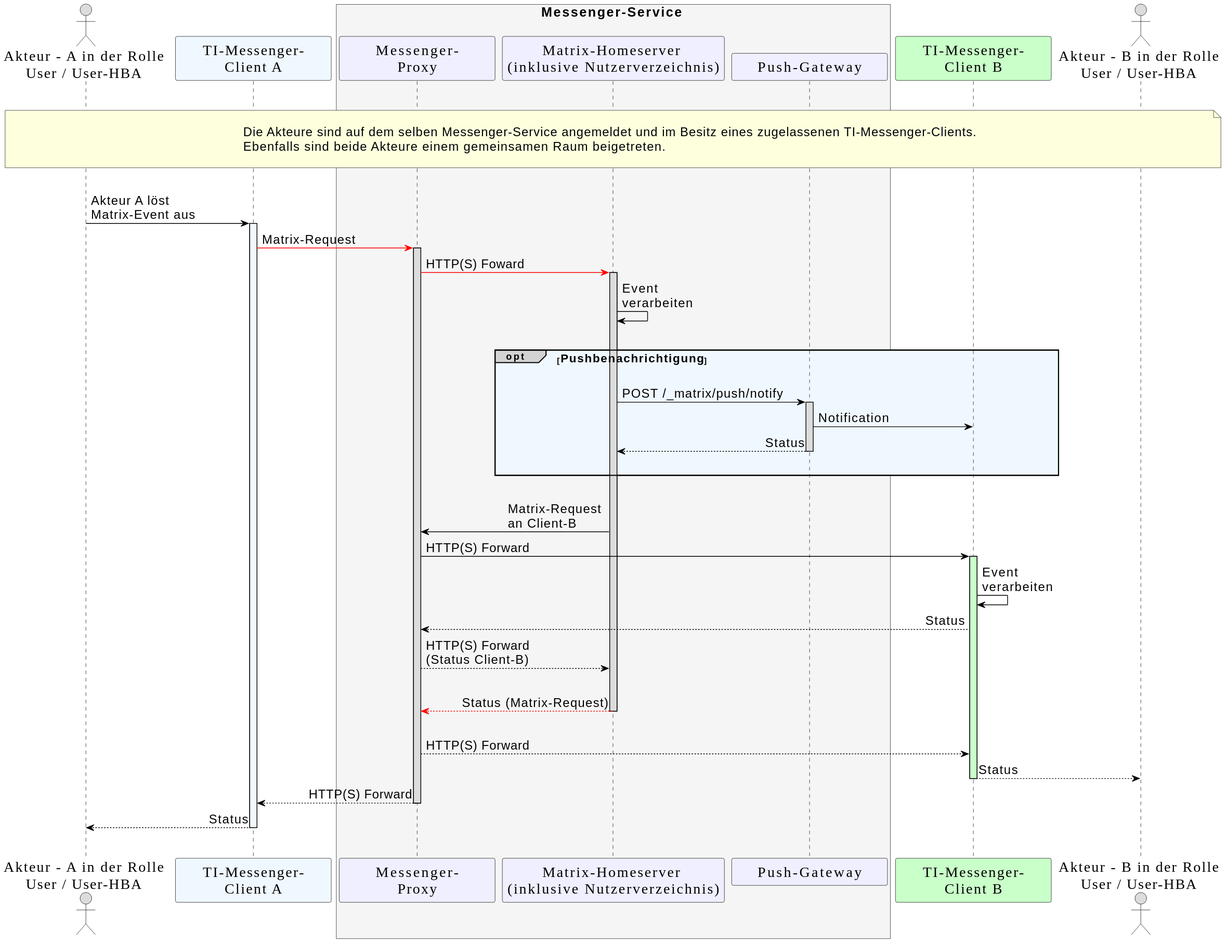
Earlier version of the PlantUML export images/diagrams/TI-Messenger-Dienst/Ressourcen/UC_10063_Seq.svg (gematik/api-ti-messenger). Its diagram source:
```plantuml
@startuml
skinparam sequenceMessageAlign direction
skinparam minClassWidth 200
skinparam BoxPadding 1
skinparam sequenceReferenceHeaderBackgroundColor palegreen
scale max 2048 width

skinparam sequence {
ArrowColor black
ArrowFontSize 17
ActorBorderColor black
LifeLineBorderColor black
LifeLineBackgroundColor Gainsboro

ParticipantBorderColor Motivation
ParticipantBackgroundColor Motivation
ParticipantFontName Impact
ParticipantFontSize 20
ParticipantFontColor black
ParticipantBorderColor Black
ParticipantBackgroundColor MOTIVATION

ActorBackgroundColor Gainsboro
ActorFontColor black
ActorFontSize 20
ActorFontName Aapex
}
    actor U1 as "Akteur - A in der Rolle\nUser / User-HBA"
    participant C1 as "TI-Messenger-\nClient A" #AliceBlue
    box <size:18>Messenger-Service</size> #WhiteSmoke
      participant MP as "Messenger-\nProxy"
      participant MH as "Matrix-Homeserver \n(inklusive Nutzerverzeichnis)"
      participant PG as "Push-Gateway"
    end box
    participant C2 as "TI-Messenger-\nClient B" #TECHNOLOGY
    actor U2 as "Akteur - B in der Rolle\nUser / User-HBA"

|||
note over U1, U2: \n<size:17>Die Akteure sind auf dem selben Messenger-Service angemeldet und im Besitz eines zugelassenen TI-Messenger-Clients.</size>\n<size:17>Ebenfalls sind beide Akteure einem gemeinsamen Raum beigetreten.</size>\n
|||

    U1->C1: Akteur A löst \nMatrix-Event aus
      activate C1 #AliceBlue
    C1-[#red]>MP: Matrix-Request
      activate MP

    MP-[#red]>MH: HTTP(S) Foward
      activate MH
    MH->MH: Event \nverarbeiten

    |||
    opt#LightGrey #AliceBlue <size:16>Pushbenachrichtigung</size>
    |||
    MH->PG: POST /_matrix/push/notify
      activate PG
    PG->C2: Notification
    PG-->MH: Status
      deactivate PG
    |||
    end

    |||
    MH->MP: Matrix-Request \nan Client-B
    MP->C2: HTTP(S) Forward
      activate C2 #TECHNOLOGY
    C2->C2: Event \nverarbeiten
    C2-->MP: Status
    MP-->MH: HTTP(S) Forward \n(Status Client-B)
    |||
    MH-[#red]->MP: Status (Matrix-Request)
      deactivate MH
    |||
    MP-->C2: HTTP(S) Forward
    C2-->U2: Status
      deactivate C2
    MP-->C1: HTTP(S) Forward
      deactivate MP
    C1-->U1: Status
      deactivate C1
|||
@enduml
```
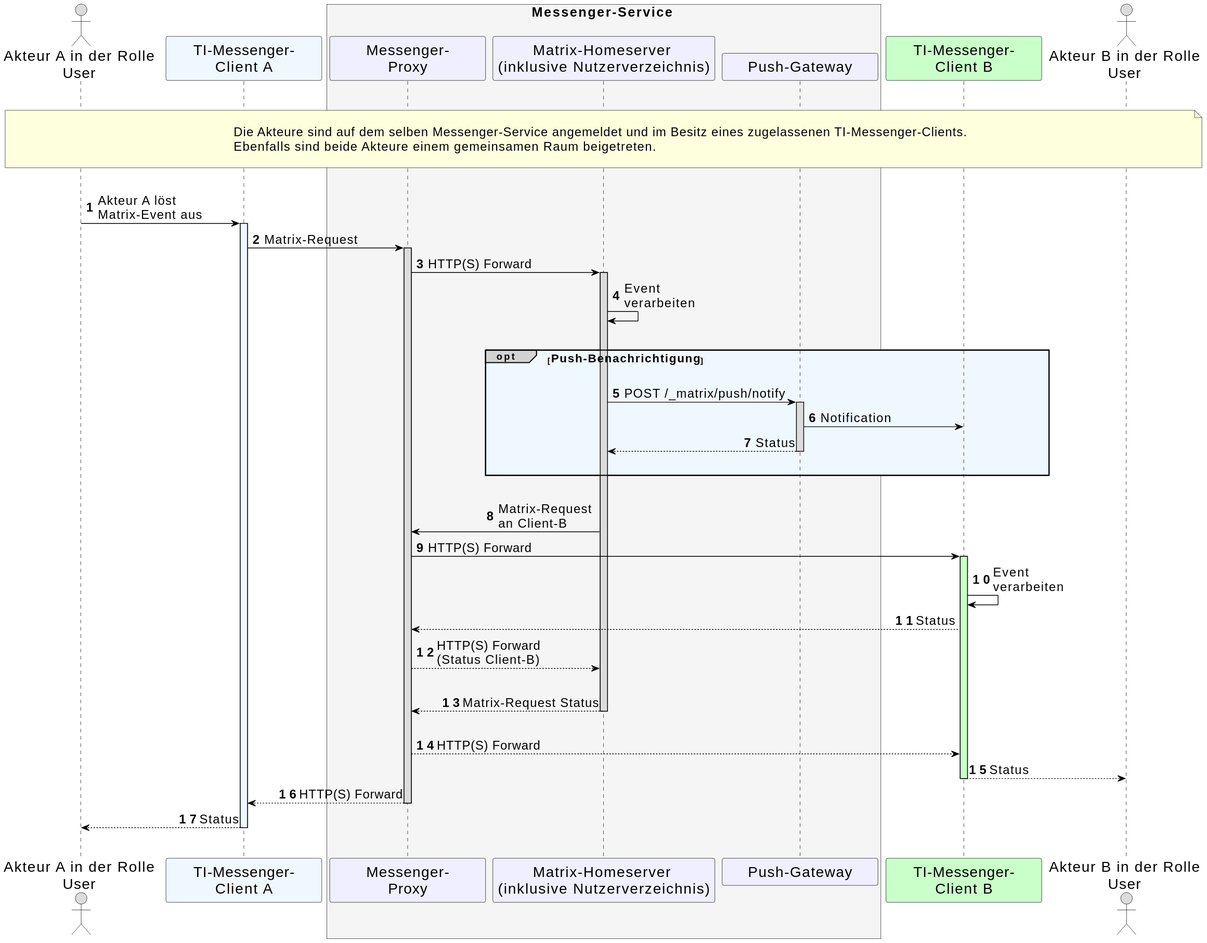
The same diagram one commit later.

Commit message:
Commit from GitHub Actions (GeneratePlantumlImages)

Diff of the diagram source:
```diff
@@ -14,7 +14,6 @@
 
 ParticipantBorderColor Motivation
 ParticipantBackgroundColor Motivation
-ParticipantFontName Impact
 ParticipantFontSize 20
 ParticipantFontColor black
 ParticipantBorderColor Black
@@ -23,9 +22,8 @@
 ActorBackgroundColor Gainsboro
 ActorFontColor black
 ActorFontSize 20
-ActorFontName Aapex
 }
-    actor U1 as "Akteur - A in der Rolle\nUser / User-HBA"
+    actor U1 as "Akteur A in der Rolle\nUser"
     participant C1 as "TI-Messenger-\nClient A" #AliceBlue
     box <size:18>Messenger-Service</size> #WhiteSmoke
       participant MP as "Messenger-\nProxy"
@@ -33,23 +31,24 @@
       participant PG as "Push-Gateway"
     end box
     participant C2 as "TI-Messenger-\nClient B" #TECHNOLOGY
-    actor U2 as "Akteur - B in der Rolle\nUser / User-HBA"
+    actor U2 as "Akteur B in der Rolle\nUser"
+
+autonumber
 
 |||
 note over U1, U2: \n<size:17>Die Akteure sind auf dem selben Messenger-Service angemeldet und im Besitz eines zugelassenen TI-Messenger-Clients.</size>\n<size:17>Ebenfalls sind beide Akteure einem gemeinsamen Raum beigetreten.</size>\n
 |||
-
     U1->C1: Akteur A löst \nMatrix-Event aus
       activate C1 #AliceBlue
-    C1-[#red]>MP: Matrix-Request
+    C1->MP: Matrix-Request
       activate MP
 
-    MP-[#red]>MH: HTTP(S) Foward
+    MP->MH: HTTP(S) Forward
       activate MH
     MH->MH: Event \nverarbeiten
 
     |||
-    opt#LightGrey #AliceBlue <size:16>Pushbenachrichtigung</size>
+    opt#LightGrey #AliceBlue <size:16>Push-Benachrichtigung</size>
     |||
     MH->PG: POST /_matrix/push/notify
       activate PG
@@ -67,7 +66,7 @@
     C2-->MP: Status
     MP-->MH: HTTP(S) Forward \n(Status Client-B)
     |||
-    MH-[#red]->MP: Status (Matrix-Request)
+    MH-->MP: Matrix-Request Status
       deactivate MH
     |||
     MP-->C2: HTTP(S) Forward
```
